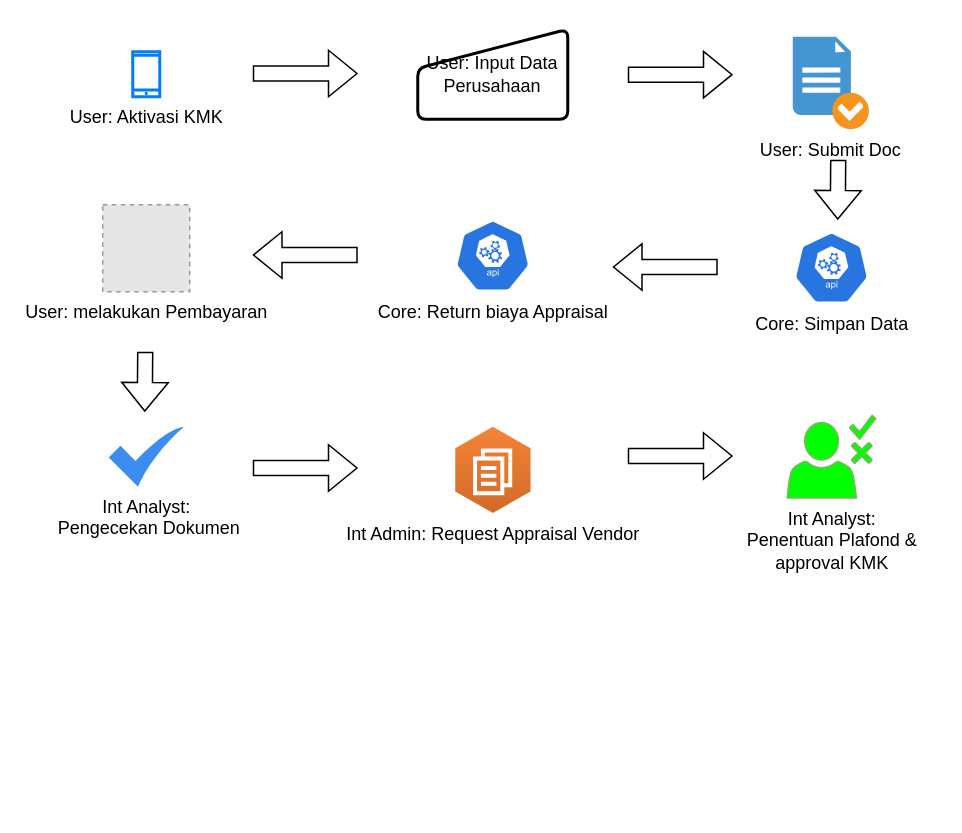
febrianj/febrianj keeps this draw.io diagram as page "Aktivasi KMK" (2 of 3) of Untitled Diagram.drawio. Above is the earlier version. Source tidied: cells renumbered, new cells numbered last; positions are measured from the earlier drawing's top-left corner, leaving out a move shared by most shapes. Both pictures are drawn from the tidied source at 150%, with x=0, y=0 at pixel (102, 28). Pictures stored in the file or linked from it are replaced by grey dashed boxes.
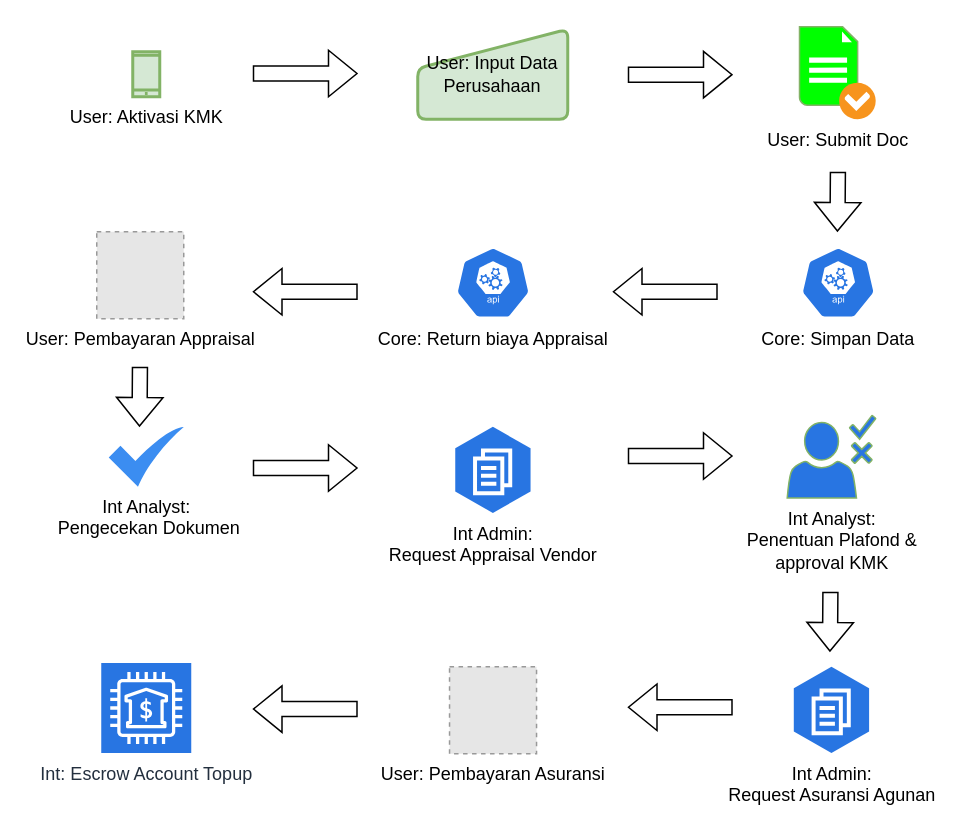
The same diagram, later.

The edit, as a diff of the source:
```diff
@@
-    <mxCell id="2" value="User: Aktivasi KMK" style="html=1;verticalLabelPosition=bottom;align=center;labelBackgroundColor=#ffffff;verticalAlign=top;strokeWidth=2;strokeColor=#0080F0;shadow=0;dashed=0;shape=mxgraph.ios7.icons.smartphone;" parent="1" vertex="1">
+    <mxCell id="2" value="User: Aktivasi KMK" style="html=1;verticalLabelPosition=bottom;align=center;labelBackgroundColor=#ffffff;verticalAlign=top;strokeWidth=2;strokeColor=#82b366;shadow=0;dashed=0;shape=mxgraph.ios7.icons.smartphone;fillColor=#d5e8d4;" parent="1" vertex="1">
       <mxGeometry x="20" y="15" width="18" height="30" as="geometry" />
     </mxCell>
-    <mxCell id="3" value="User: Input Data Perusahaan" style="html=1;strokeWidth=2;shape=manualInput;whiteSpace=wrap;rounded=1;size=26;arcSize=11;" parent="1" vertex="1">
+    <mxCell id="3" value="User: Input Data Perusahaan" style="html=1;strokeWidth=2;shape=manualInput;whiteSpace=wrap;rounded=1;size=26;arcSize=11;fillColor=#d5e8d4;strokeColor=#82b366;" parent="1" vertex="1">
       <mxGeometry x="210" width="100" height="60" as="geometry" />
     </mxCell>
@@
-    <mxCell id="5" value="User: Submit Doc" style="shadow=0;dashed=0;html=1;strokeColor=none;fillColor=#4495D1;labelPosition=center;verticalLabelPosition=bottom;verticalAlign=top;align=center;shape=mxgraph.veeam.checked_doc;" parent="1" vertex="1">
-      <mxGeometry x="460" y="5" width="50.8" height="61.6" as="geometry" />
+    <mxCell id="5" value="User: Submit Doc" style="shadow=0;dashed=0;html=1;strokeColor=#82b366;fillColor=#00FF00;labelPosition=center;verticalLabelPosition=bottom;verticalAlign=top;align=center;shape=mxgraph.veeam.checked_doc;" parent="1" vertex="1">
+      <mxGeometry x="464.5" y="-1.6" width="50.8" height="61.6" as="geometry" />
     </mxCell>
     <mxCell id="6" value="Core: Simpan Data" style="sketch=0;html=1;dashed=0;whitespace=wrap;fillColor=#2875E2;strokeColor=#ffffff;verticalLabelPosition=bottom;align=center;verticalAlign=top;shape=mxgraph.kubernetes.icon;prIcon=api;" parent="1" vertex="1">
-      <mxGeometry x="460.8" y="135" width="50" height="48" as="geometry" />
+      <mxGeometry x="465.3" y="145" width="50" height="48" as="geometry" />
     </mxCell>
@@
     <mxCell id="8" style="shape=flexArrow;endArrow=classic;html=1;rounded=0;" parent="1" edge="1">
       <mxGeometry relative="1" as="geometry">
-        <mxPoint x="490.3" y="87" as="sourcePoint" />
-        <mxPoint x="490" y="127" as="targetPoint" />
+        <mxPoint x="490.1" y="95" as="sourcePoint" />
+        <mxPoint x="489.8" y="135" as="targetPoint" />
       </mxGeometry>
     </mxCell>
     <mxCell id="9" value="Core: Return biaya Appraisal" style="sketch=0;html=1;dashed=0;whitespace=wrap;fillColor=#2875E2;strokeColor=#ffffff;verticalLabelPosition=bottom;align=center;verticalAlign=top;shape=mxgraph.kubernetes.icon;prIcon=api;" parent="1" vertex="1">
-      <mxGeometry x="235" y="127" width="50" height="48" as="geometry" />
+      <mxGeometry x="235.2" y="145" width="50" height="48" as="geometry" />
     </mxCell>
     <mxCell id="10" style="shape=flexArrow;endArrow=classic;html=1;rounded=0;" parent="1" edge="1">
       <mxGeometry relative="1" as="geometry">
-        <mxPoint x="410" y="158.5" as="sourcePoint" />
-        <mxPoint x="340" y="158.5" as="targetPoint" />
+        <mxPoint x="410" y="175" as="sourcePoint" />
+        <mxPoint x="340" y="175" as="targetPoint" />
       </mxGeometry>
     </mxCell>
     <mxCell id="11" style="shape=flexArrow;endArrow=classic;html=1;rounded=0;" parent="1" edge="1">
       <mxGeometry relative="1" as="geometry">
-        <mxPoint x="170" y="150.5" as="sourcePoint" />
-        <mxPoint x="100" y="150.5" as="targetPoint" />
+        <mxPoint x="170" y="175" as="sourcePoint" />
+        <mxPoint x="100" y="175" as="targetPoint" />
       </mxGeometry>
     </mxCell>
-    <mxCell id="12" value="User: melakukan Pembayaran" style="fillColor=#E6E6E6;strokeColor=#999999;dashed=1;html=1;verticalAlign=top;verticalLabelPosition=bottom;labelBackgroundColor=#ffffff;" parent="1" vertex="1">
-      <mxGeometry y="117" width="58" height="58" as="geometry" />
+    <mxCell id="12" value="User: Pembayaran Appraisal" style="fillColor=#E6E6E6;strokeColor=#999999;dashed=1;html=1;verticalAlign=top;verticalLabelPosition=bottom;labelBackgroundColor=#ffffff;" parent="1" vertex="1">
+      <mxGeometry x="-4" y="135" width="58" height="58" as="geometry" />
     </mxCell>
@@
     <mxCell id="14" style="shape=flexArrow;endArrow=classic;html=1;rounded=0;" parent="1" edge="1">
       <mxGeometry relative="1" as="geometry">
-        <mxPoint x="28.3" y="215" as="sourcePoint" />
-        <mxPoint x="28" y="255" as="targetPoint" />
+        <mxPoint x="24.8" y="225" as="sourcePoint" />
+        <mxPoint x="24.5" y="265" as="targetPoint" />
       </mxGeometry>
     </mxCell>
-    <mxCell id="15" value="Int Admin: Request Appraisal Vendor" style="dashed=0;verticalLabelPosition=bottom;verticalAlign=top;align=center;html=1;shape=mxgraph.aws3.workdocs;fillColor=#D16A28;gradientColor=#F58435;gradientDirection=north;" parent="1" vertex="1">
+    <mxCell id="15" value="&lt;font color=&quot;#000000&quot;&gt;Int Admin: &lt;br&gt;Request Appraisal Vendor&lt;/font&gt;" style="dashed=0;verticalLabelPosition=bottom;verticalAlign=top;align=center;html=1;shape=mxgraph.aws3.workdocs;fillColor=#2875E2;gradientDirection=north;strokeColor=#001DBC;fontColor=#ffffff;" parent="1" vertex="1">
       <mxGeometry x="235" y="265" width="50.2" height="57.5" as="geometry" />
     </mxCell>
@@
-    <mxCell id="18" value="Int Analyst:&lt;br&gt;Penentuan Plafond &amp;amp; &lt;br&gt;approval KMK" style="sketch=0;shadow=0;dashed=0;html=1;strokeColor=#82b366;fillColor=#00FF00;labelPosition=center;verticalLabelPosition=bottom;verticalAlign=top;align=center;shape=mxgraph.office.users.approver;gradientColor=none;" parent="1" vertex="1">
+    <mxCell id="18" value="Int Analyst:&lt;br&gt;Penentuan Plafond &amp;amp; &lt;br&gt;approval KMK" style="sketch=0;shadow=0;dashed=0;html=1;strokeColor=#82b366;fillColor=#2875E2;labelPosition=center;verticalLabelPosition=bottom;verticalAlign=top;align=center;shape=mxgraph.office.users.approver;gradientColor=none;" parent="1" vertex="1">
       <mxGeometry x="456.3" y="257.5" width="59" height="55" as="geometry" />
     </mxCell>
+    <mxCell id="19" value="Int: Escrow Account Topup" style="sketch=0;fontColor=#232F3E;gradientColor=none;strokeColor=#FFFFFF;fillColor=#2875E2;dashed=0;verticalLabelPosition=bottom;verticalAlign=top;align=center;html=1;fontSize=12;fontStyle=0;shape=mxgraph.aws4.resourceIcon;resIcon=mxgraph.aws4.bank;" parent="1" vertex="1">
+      <mxGeometry x="-1" y="422.5" width="60" height="60" as="geometry" />
+    </mxCell>
+    <mxCell id="20" style="shape=flexArrow;endArrow=classic;html=1;rounded=0;" parent="1" edge="1">
+      <mxGeometry relative="1" as="geometry">
+        <mxPoint x="485.1" y="375" as="sourcePoint" />
+        <mxPoint x="484.8" y="415" as="targetPoint" />
+      </mxGeometry>
+    </mxCell>
+    <mxCell id="21" value="User: Pembayaran Asuransi" style="fillColor=#E6E6E6;strokeColor=#999999;dashed=1;html=1;verticalAlign=top;verticalLabelPosition=bottom;labelBackgroundColor=#ffffff;" parent="1" vertex="1">
+      <mxGeometry x="231.2" y="425" width="58" height="58" as="geometry" />
+    </mxCell>
+    <mxCell id="22" value="&lt;font color=&quot;#000000&quot;&gt;Int Admin: &lt;br&gt;Request Asuransi Agunan&lt;/font&gt;" style="dashed=0;verticalLabelPosition=bottom;verticalAlign=top;align=center;html=1;shape=mxgraph.aws3.workdocs;fillColor=#2875E2;gradientDirection=north;strokeColor=#001DBC;fontColor=#ffffff;" parent="1" vertex="1">
+      <mxGeometry x="460.7" y="425" width="50.2" height="57.5" as="geometry" />
+    </mxCell>
+    <mxCell id="23" style="shape=flexArrow;endArrow=classic;html=1;rounded=0;" parent="1" edge="1">
+      <mxGeometry relative="1" as="geometry">
+        <mxPoint x="420" y="452" as="sourcePoint" />
+        <mxPoint x="350" y="452" as="targetPoint" />
+      </mxGeometry>
+    </mxCell>
+    <mxCell id="24" style="shape=flexArrow;endArrow=classic;html=1;rounded=0;" parent="1" edge="1">
+      <mxGeometry relative="1" as="geometry">
+        <mxPoint x="170" y="453.2" as="sourcePoint" />
+        <mxPoint x="100" y="453.2" as="targetPoint" />
+      </mxGeometry>
+    </mxCell>
```
